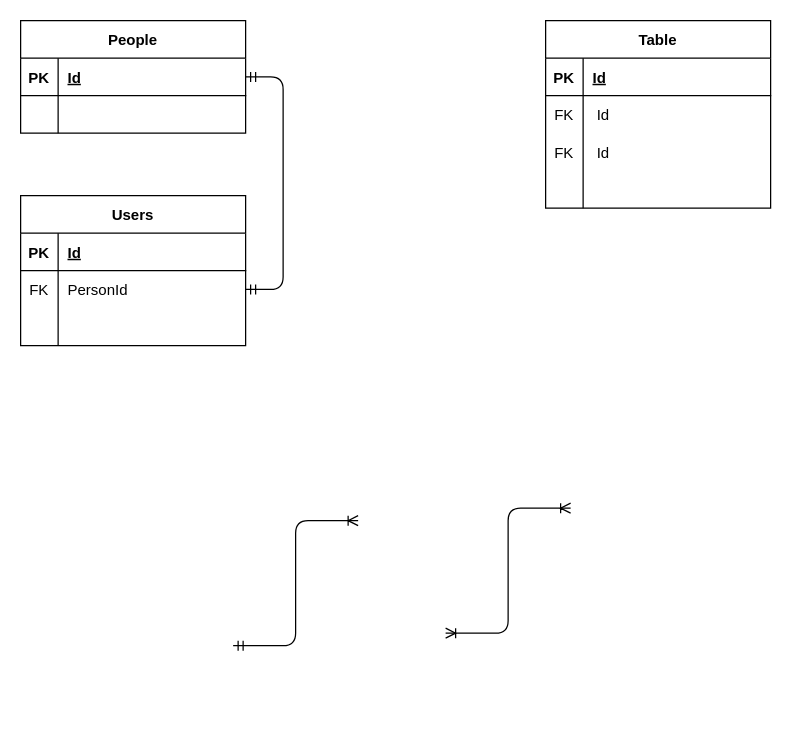
Above: database/ERD_T.drawio in NimrodLoozar/TravelEasy (draw.io), before the change. Source tidied: cells renumbered, new cells numbered last; positions are measured from the earlier drawing's top-left corner, leaving out a move shared by most shapes. Both pictures are drawn from the tidied source at 125%, with x=0, y=0 at pixel (20, 20).
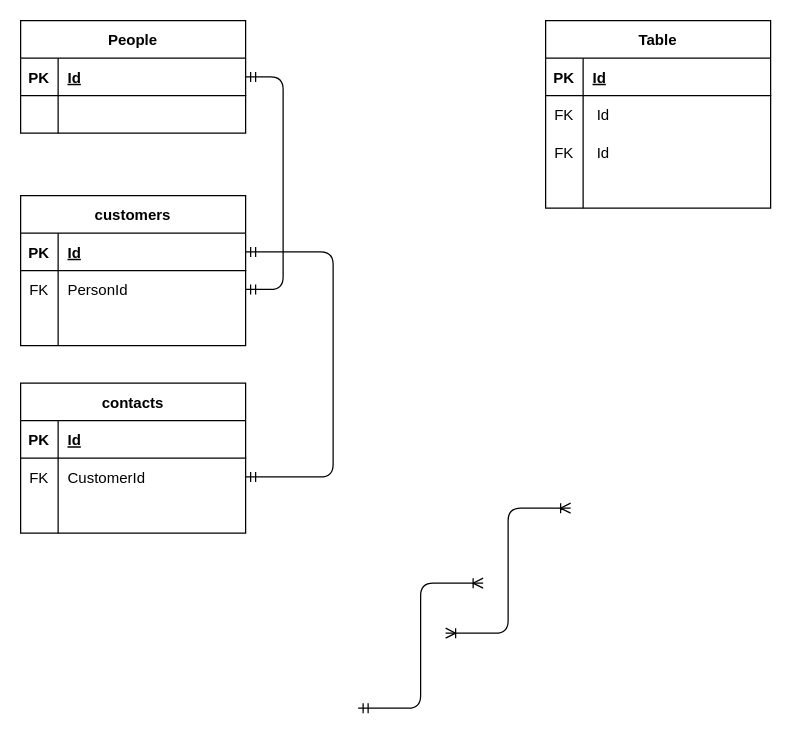
After the change.

Unchanged cells that the change refers to:
```xml
<mxCell id="26" style="shape=tableRow;horizontal=0;startSize=0;swimlaneHead=0;swimlaneBody=0;fillColor=none;points=[[0,0.5],[1,0.5]];portConstraint=eastwest;top=0;left=0;right=0;bottom=1;" parent="25" vertex="1">
  <mxGeometry y="30" width="180" height="30" as="geometry" />
</mxCell>
```

What changed in the source:
```diff
@@
     <mxCell id="23" style="edgeStyle=elbowEdgeStyle;fontSize=12;html=1;endArrow=ERoneToMany;startArrow=ERmandOne;" parent="1" edge="1">
       <mxGeometry relative="1" as="geometry">
-        <mxPoint x="170" y="500" as="sourcePoint" />
-        <mxPoint x="270" y="400" as="targetPoint" />
+        <mxPoint x="270" y="550" as="sourcePoint" />
+        <mxPoint x="370" y="450" as="targetPoint" />
       </mxGeometry>
     </mxCell>
@@
-    <mxCell id="25" value="Users" style="shape=table;startSize=30;childLayout=tableLayout;rowLines=0;fontStyle=1;align=center;" parent="1" vertex="1">
+    <mxCell id="25" value="customers" style="shape=table;startSize=30;childLayout=tableLayout;rowLines=0;fontStyle=1;align=center;" parent="1" vertex="1">
       <mxGeometry y="140" width="180" height="120" as="geometry" />
     </mxCell>
@@
+    <mxCell id="35" value="contacts" style="shape=table;startSize=30;childLayout=tableLayout;rowLines=0;fontStyle=1;align=center;" parent="1" vertex="1">
+      <mxGeometry y="290" width="180" height="120" as="geometry" />
+    </mxCell>
+    <mxCell id="36" style="shape=tableRow;horizontal=0;startSize=0;swimlaneHead=0;swimlaneBody=0;fillColor=none;top=0;left=0;right=0;bottom=1;" parent="35" vertex="1">
+      <mxGeometry y="30" width="180" height="30" as="geometry" />
+    </mxCell>
+    <mxCell id="37" value="PK" style="shape=partialRectangle;fillColor=none;top=0;left=0;bottom=0;right=0;fontStyle=1;overflow=hidden;" parent="36" vertex="1">
+      <mxGeometry width="30" height="30" as="geometry" />
+    </mxCell>
+    <mxCell id="38" value="Id" style="shape=partialRectangle;fillColor=none;top=0;left=0;bottom=0;right=0;align=left;spacingLeft=6;fontStyle=5;overflow=hidden;" parent="36" vertex="1">
+      <mxGeometry x="30" width="150" height="30" as="geometry" />
+    </mxCell>
+    <mxCell id="39" style="shape=tableRow;horizontal=0;startSize=0;swimlaneHead=0;swimlaneBody=0;fillColor=none;points=[[0,0.5],[1,0.5]];portConstraint=eastwest;top=0;left=0;right=0;bottom=0;" parent="35" vertex="1">
+      <mxGeometry y="60" width="180" height="30" as="geometry" />
+    </mxCell>
+    <mxCell id="40" value="FK" style="shape=partialRectangle;fillColor=none;top=0;left=0;bottom=0;right=0;overflow=hidden;" parent="39" vertex="1">
+      <mxGeometry width="30" height="30" as="geometry" />
+    </mxCell>
+    <mxCell id="41" value="CustomerId" style="shape=partialRectangle;fillColor=none;top=0;left=0;bottom=0;right=0;align=left;spacingLeft=6;overflow=hidden;" parent="39" vertex="1">
+      <mxGeometry x="30" width="150" height="30" as="geometry" />
+    </mxCell>
+    <mxCell id="42" style="shape=tableRow;horizontal=0;startSize=0;swimlaneHead=0;swimlaneBody=0;fillColor=none;top=0;left=0;right=0;bottom=0;" parent="35" vertex="1">
+      <mxGeometry y="90" width="180" height="30" as="geometry" />
+    </mxCell>
+    <mxCell id="43" style="shape=partialRectangle;fillColor=none;top=0;left=0;bottom=0;right=0;overflow=hidden;" parent="42" vertex="1">
+      <mxGeometry width="30" height="30" as="geometry" />
+    </mxCell>
+    <mxCell id="44" style="shape=partialRectangle;fillColor=none;top=0;left=0;bottom=0;right=0;align=left;spacingLeft=6;overflow=hidden;" parent="42" vertex="1">
+      <mxGeometry x="30" width="150" height="30" as="geometry" />
+    </mxCell>
+    <mxCell id="45" style="edgeStyle=elbowEdgeStyle;fontSize=12;html=1;endArrow=ERmandOne;startArrow=ERmandOne;entryX=1;entryY=0.5;entryDx=0;entryDy=0;exitX=1;exitY=0.5;exitDx=0;exitDy=0;" parent="1" edge="1" source="26" target="39">
+      <mxGeometry relative="1" as="geometry">
+        <Array as="points">
+          <mxPoint x="250" y="280" />
+        </Array>
+      </mxGeometry>
+    </mxCell>
```
